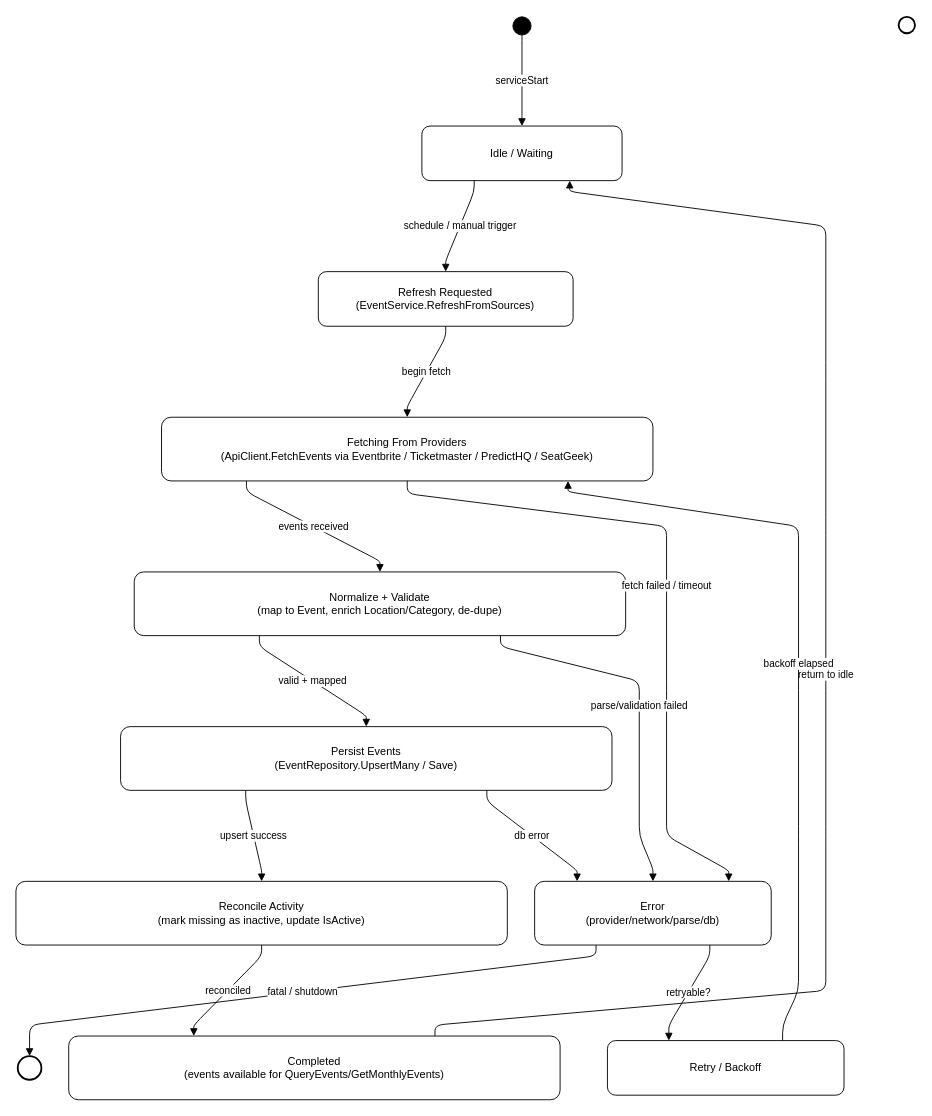
bortiz-101/Community-Event-Finder keeps this draw.io diagram as page "StateMachine - Backend Event Ingestion" (2 of 2) of doc/UI_NAVIGATION_AND_EVENTS.drawio. Above is the earlier version. Source tidied: cells renumbered, new cells numbered last; positions are measured from the earlier drawing's top-left corner, leaving out a move shared by most shapes. Both pictures are drawn from the tidied source at 91%, with x=0, y=0 at pixel (15, 16).
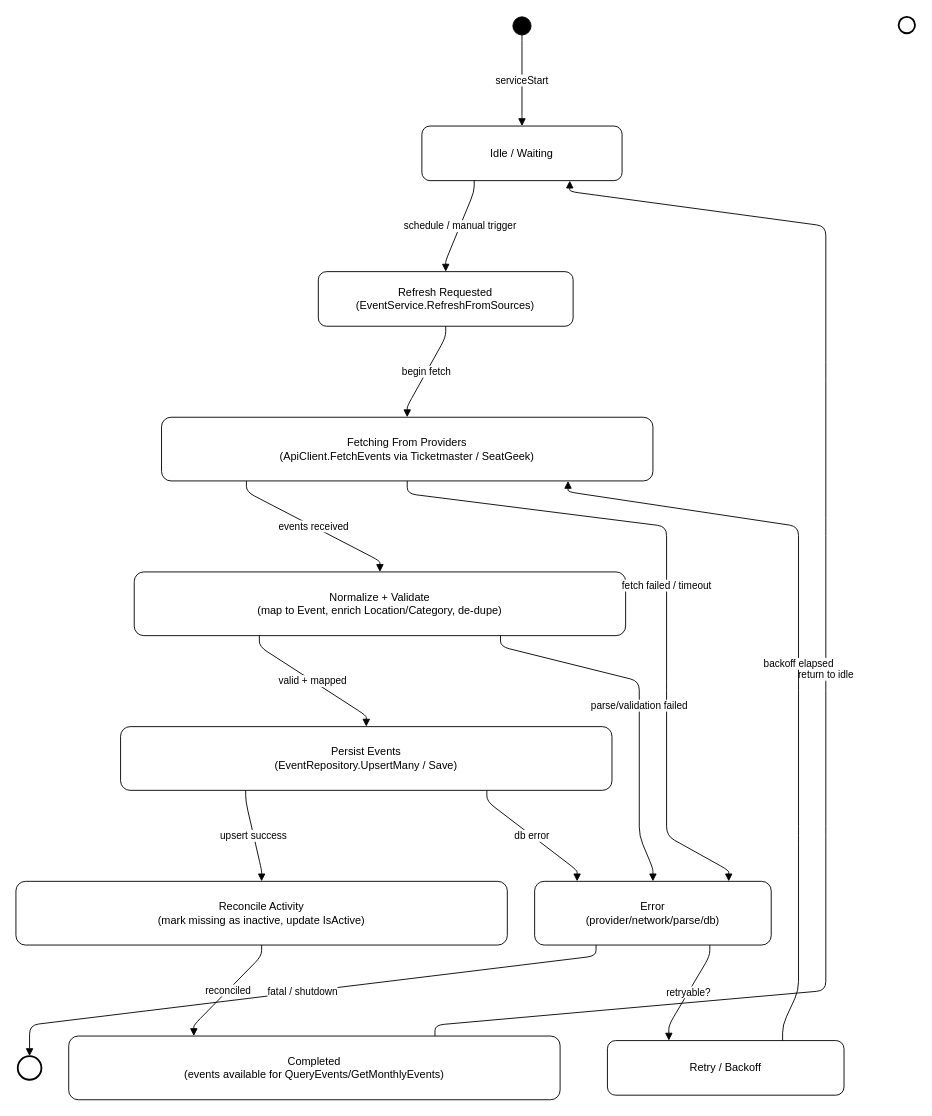
After the change.

Diff of the diagram source:
```diff
@@
-    <mxCell id="5" value="Fetching From Providers&#10;(ApiClient.FetchEvents via Eventbrite / Ticketmaster / PredictHQ / SeatGeek)" style="rounded=1;whiteSpace=wrap;html=1;align=center;verticalAlign=middle;" parent="1" vertex="1">
+    <mxCell id="5" value="Fetching From Providers&#10;(ApiClient.FetchEvents via Ticketmaster / SeatGeek)" style="rounded=1;whiteSpace=wrap;html=1;align=center;verticalAlign=middle;" parent="1" vertex="1">
       <mxGeometry x="160" y="440" width="540" height="70" as="geometry" />
     </mxCell>
```
